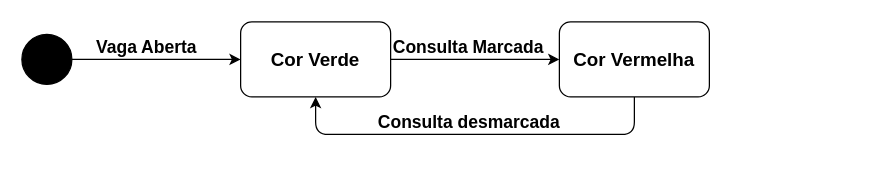
getSierralta/Si-Centro-Hospitalar-Upskill keeps this draw.io diagram as DiagramaDeEstados-CoresDoCalendario.drawio. Above is the earlier version. Source tidied: cells renumbered, new cells numbered last; positions are measured from the earlier drawing's top-left corner, leaving out a move shared by most shapes. Both pictures are drawn from the tidied source at 125%, with x=0, y=0 at pixel (21, 21).
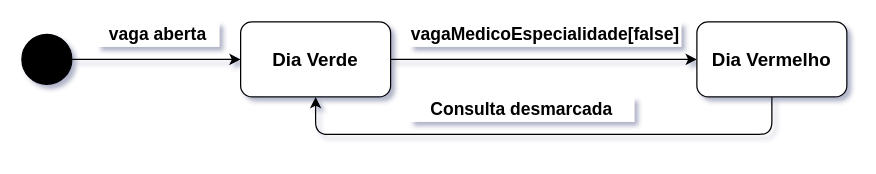
The same diagram, later.

Change to the diagram source:
```diff
@@
-<mxGraphModel>
+<mxGraphModel shadow="1">
   <root>
     <mxCell id="0" />
     <mxCell id="1" parent="0" />
     <mxCell id="2" style="rounded=1;whiteSpace=wrap;html=1;" parent="1" vertex="1">
       <mxGeometry x="175" width="120" height="60" as="geometry" />
     </mxCell>
-    <mxCell id="3" value="&lt;b&gt;&lt;font style=&quot;font-size: 15px&quot;&gt;Cor Verde&lt;/font&gt;&lt;/b&gt;" style="text;html=1;strokeColor=none;fillColor=none;align=center;verticalAlign=middle;whiteSpace=wrap;rounded=0;" parent="1" vertex="1">
+    <mxCell id="3" value="&lt;b&gt;&lt;font style=&quot;font-size: 15px&quot;&gt;Dia Verde&lt;/font&gt;&lt;/b&gt;" style="text;html=1;strokeColor=none;fillColor=none;align=center;verticalAlign=middle;whiteSpace=wrap;rounded=0;" parent="1" vertex="1">
       <mxGeometry x="175" y="20" width="120" height="20" as="geometry" />
     </mxCell>
     <mxCell id="4" style="endArrow=classic;html=1;exitX=1;exitY=0.5;exitDx=0;exitDy=0;entryX=0;entryY=0.5;entryDx=0;entryDy=0;" parent="1" edge="1" source="3" target="5">
       <mxGeometry relative="1" as="geometry" />
     </mxCell>
     <mxCell id="5" style="rounded=1;whiteSpace=wrap;html=1;" parent="1" vertex="1">
-      <mxGeometry x="430" width="120" height="60" as="geometry" />
+      <mxGeometry x="540" width="120" height="60" as="geometry" />
     </mxCell>
-    <mxCell id="6" value="&lt;b&gt;&lt;font style=&quot;font-size: 15px&quot;&gt;Cor Vermelha&lt;/font&gt;&lt;/b&gt;" style="text;html=1;strokeColor=none;fillColor=none;align=center;verticalAlign=middle;whiteSpace=wrap;rounded=0;" parent="1" vertex="1">
-      <mxGeometry x="430" y="20" width="120" height="20" as="geometry" />
+    <mxCell id="6" value="&lt;b&gt;&lt;font style=&quot;font-size: 15px&quot;&gt;Dia Vermelho&lt;/font&gt;&lt;/b&gt;" style="text;html=1;strokeColor=none;fillColor=none;align=center;verticalAlign=middle;whiteSpace=wrap;rounded=0;" parent="1" vertex="1">
+      <mxGeometry x="540" y="20" width="120" height="20" as="geometry" />
     </mxCell>
     <mxCell id="7" style="endArrow=classic;html=1;exitX=1;exitY=0.5;exitDx=0;exitDy=0;" parent="1" edge="1" source="8" target="2">
       <mxGeometry relative="1" as="geometry" />
     </mxCell>
     <mxCell id="8" style="ellipse;whiteSpace=wrap;html=1;fillColor=#000000;" parent="1" vertex="1">
       <mxGeometry y="10" width="40" height="40" as="geometry" />
     </mxCell>
     <mxCell id="9" style="endArrow=classic;html=1;exitX=0.5;exitY=1;exitDx=0;exitDy=0;entryX=0.5;entryY=1;entryDx=0;entryDy=0;" parent="1" edge="1" source="5" target="2">
       <mxGeometry relative="1" as="geometry">
         <Array as="points">
-          <mxPoint x="490" y="90" />
+          <mxPoint x="600" y="90" />
           <mxPoint x="345" y="90" />
           <mxPoint x="235" y="90" />
         </Array>
       </mxGeometry>
     </mxCell>
-    <mxCell id="10" value="&lt;b&gt;&lt;font style=&quot;font-size: 14px&quot;&gt;Vaga Aberta&lt;/font&gt;&lt;/b&gt;" style="text;html=1;strokeColor=none;fillColor=none;align=center;verticalAlign=middle;whiteSpace=wrap;rounded=0;" parent="1" vertex="1">
-      <mxGeometry x="40" y="10" width="120" height="20" as="geometry" />
+    <mxCell id="10" value="&lt;span style=&quot;font-size: 14px&quot;&gt;&lt;b&gt;vaga aberta&lt;/b&gt;&lt;/span&gt;" style="text;html=1;strokeColor=none;align=center;verticalAlign=middle;whiteSpace=wrap;rounded=0;fillColor=#ffffff;" parent="1" vertex="1">
+      <mxGeometry x="60" width="98" height="20" as="geometry" />
     </mxCell>
-    <mxCell id="11" value="&lt;span style=&quot;font-size: 14px&quot;&gt;&lt;b&gt;Consulta Marcada&lt;/b&gt;&lt;/span&gt;" style="text;html=1;strokeColor=none;fillColor=none;align=center;verticalAlign=middle;whiteSpace=wrap;rounded=0;" parent="1" vertex="1">
-      <mxGeometry x="295" y="10" width="125" height="20" as="geometry" />
+    <mxCell id="11" value="&lt;span style=&quot;font-size: 14px&quot;&gt;&lt;b&gt;vagaMedicoEspecialidade[false]&lt;/b&gt;&lt;/span&gt;" style="text;html=1;strokeColor=none;align=center;verticalAlign=middle;whiteSpace=wrap;rounded=0;fillColor=#ffffff;" parent="1" vertex="1">
+      <mxGeometry x="310" width="217.5" height="20" as="geometry" />
     </mxCell>
-    <mxCell id="12" value="&lt;span style=&quot;font-size: 14px&quot;&gt;&lt;b&gt;Consulta desmarcada&lt;/b&gt;&lt;/span&gt;" style="text;html=1;strokeColor=none;fillColor=none;align=center;verticalAlign=middle;whiteSpace=wrap;rounded=0;" parent="1" vertex="1">
-      <mxGeometry x="267.5" y="70" width="180" height="20" as="geometry" />
+    <mxCell id="12" value="&lt;span style=&quot;font-size: 14px&quot;&gt;&lt;b&gt;Consulta desmarcada&lt;/b&gt;&lt;/span&gt;" style="text;html=1;strokeColor=none;align=center;verticalAlign=middle;whiteSpace=wrap;rounded=0;fillColor=#ffffff;" parent="1" vertex="1">
+      <mxGeometry x="310" y="60" width="180" height="20" as="geometry" />
     </mxCell>
   </root>
 </mxGraphModel>
```
